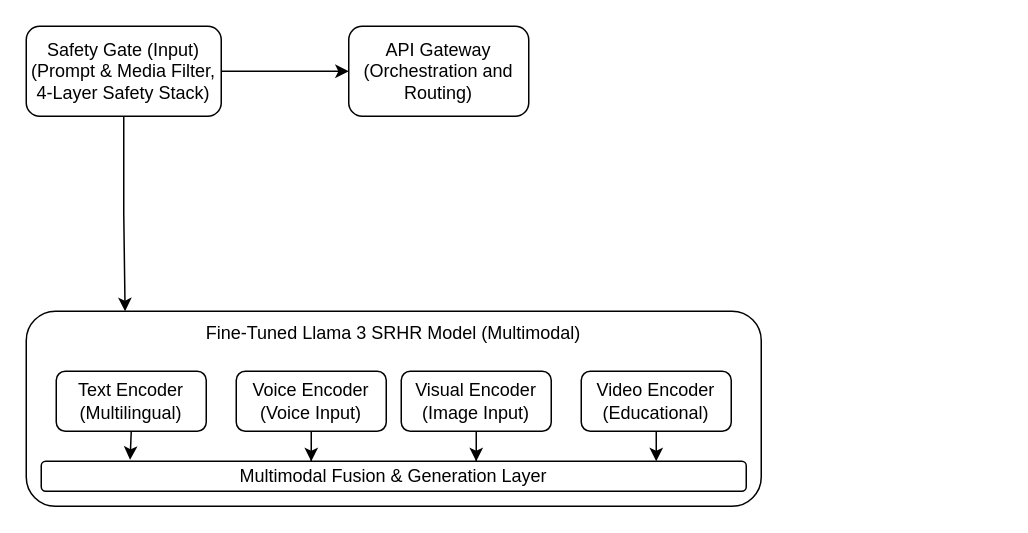
Earlier version of the draw.io diagram Untitled Diagram.drawio (alabyekkubo-ssuubi-brian/Automation-Projects). Source tidied: cells renumbered, new cells numbered last; positions are measured from the earlier drawing's top-left corner, leaving out a move shared by most shapes. Both pictures are drawn from the tidied source at 150%, with x=0, y=0 at pixel (26, 26).
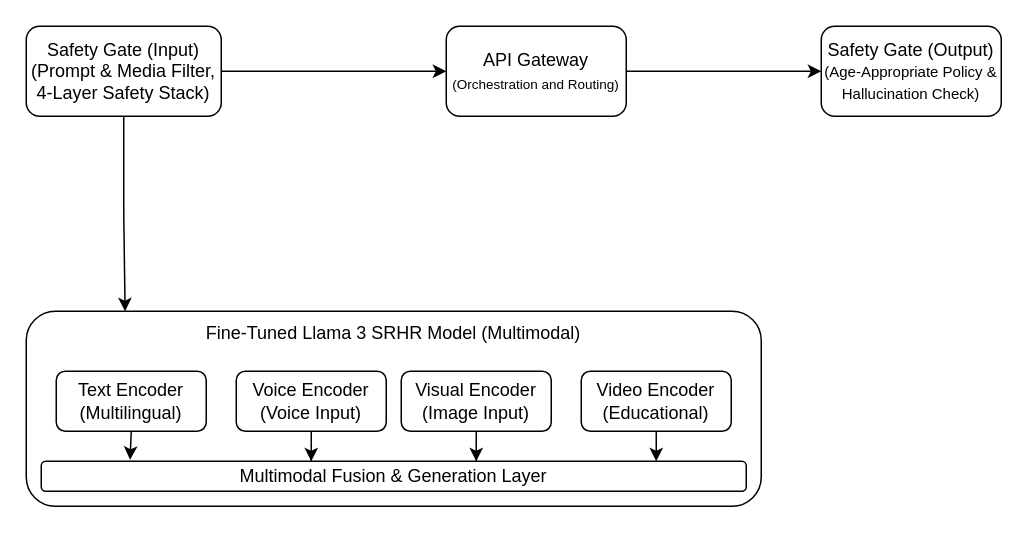
Above is the later version.

Diff of the diagram source:
```diff
@@
 <mxGraphModel>
   <root>
     <mxCell id="0" />
     <mxCell id="1" parent="0" />
     <mxCell id="2" style="rounded=1;whiteSpace=wrap;html=1;" parent="1" vertex="1">
       <mxGeometry y="190" width="490" height="130" as="geometry" />
     </mxCell>
     <mxCell id="3" value="Fine-Tuned Llama 3 SRHR Model (Multimodal)" style="text;html=1;whiteSpace=wrap;strokeColor=none;fillColor=none;align=center;verticalAlign=middle;rounded=0;" parent="1" vertex="1">
       <mxGeometry x="20" y="190" width="450" height="30" as="geometry" />
     </mxCell>
     <mxCell id="4" value="Multimodal Fusion &amp;amp; Generation Layer" style="rounded=1;whiteSpace=wrap;html=1;" parent="1" vertex="1">
       <mxGeometry x="10" y="290" width="470" height="20" as="geometry" />
     </mxCell>
     <mxCell id="5" value="Text Encoder&lt;div&gt;(Multilingual)&lt;/div&gt;" style="rounded=1;whiteSpace=wrap;html=1;" parent="1" vertex="1">
       <mxGeometry x="20" y="230" width="100" height="40" as="geometry" />
     </mxCell>
     <mxCell id="6" style="endArrow=classic;html=1;rounded=0;exitX=0.5;exitY=1;exitDx=0;exitDy=0;entryX=0.126;entryY=-0.05;entryDx=0;entryDy=0;entryPerimeter=0;" parent="1" edge="1" source="5" target="4">
       <mxGeometry relative="1" as="geometry" />
     </mxCell>
     <mxCell id="7" value="Voice Encoder&lt;div&gt;(Voice Input)&lt;/div&gt;" style="rounded=1;whiteSpace=wrap;html=1;" parent="1" vertex="1">
       <mxGeometry x="140" y="230" width="100" height="40" as="geometry" />
     </mxCell>
     <mxCell id="8" value="Visual Encoder&lt;div&gt;(Image Input)&lt;/div&gt;" style="rounded=1;whiteSpace=wrap;html=1;" parent="1" vertex="1">
       <mxGeometry x="250" y="230" width="100" height="40" as="geometry" />
     </mxCell>
     <mxCell id="9" value="Video Encoder&lt;div&gt;(Educational)&lt;/div&gt;" style="rounded=1;whiteSpace=wrap;html=1;" parent="1" vertex="1">
       <mxGeometry x="370" y="230" width="100" height="40" as="geometry" />
     </mxCell>
     <mxCell id="10" style="edgeStyle=orthogonalEdgeStyle;rounded=0;jettySize=auto;html=1;entryX=0.383;entryY=0;entryDx=0;entryDy=0;entryPerimeter=0;" parent="1" edge="1" source="7" target="4">
       <mxGeometry relative="1" as="geometry" />
     </mxCell>
     <mxCell id="11" style="edgeStyle=orthogonalEdgeStyle;rounded=0;jettySize=auto;html=1;entryX=0.617;entryY=0;entryDx=0;entryDy=0;entryPerimeter=0;" parent="1" edge="1" source="8" target="4">
       <mxGeometry relative="1" as="geometry" />
     </mxCell>
     <mxCell id="12" style="edgeStyle=orthogonalEdgeStyle;rounded=0;jettySize=auto;html=1;" parent="1" edge="1" source="9">
       <mxGeometry relative="1" as="geometry">
         <mxPoint x="420" y="290" as="targetPoint" />
       </mxGeometry>
     </mxCell>
     <mxCell id="13" style="edgeStyle=orthogonalEdgeStyle;rounded=0;jettySize=auto;html=1;" parent="1" edge="1" source="14" target="16">
       <mxGeometry relative="1" as="geometry" />
     </mxCell>
     <mxCell id="14" value="Safety Gate (Input)&lt;div&gt;(Prompt &amp;amp; Media Filter,&lt;/div&gt;&lt;div&gt;4-Layer Safety Stack)&lt;/div&gt;" style="rounded=1;whiteSpace=wrap;html=1;" parent="1" vertex="1">
       <mxGeometry width="130" height="60" as="geometry" />
     </mxCell>
     <mxCell id="15" style="edgeStyle=orthogonalEdgeStyle;rounded=0;jettySize=auto;html=1;entryX=0.102;entryY=0;entryDx=0;entryDy=0;entryPerimeter=0;" parent="1" edge="1" source="14" target="3">
       <mxGeometry relative="1" as="geometry" />
     </mxCell>
+    <mxCell id="17" style="edgeStyle=orthogonalEdgeStyle;rounded=0;jettySize=auto;html=1;" parent="1" edge="1" source="16" target="18">
+      <mxGeometry relative="1" as="geometry" />
+    </mxCell>
-    <mxCell id="16" value="API Gateway&lt;div&gt;(Orchestration and Routing)&lt;/div&gt;" style="whiteSpace=wrap;html=1;rounded=1;" parent="1" vertex="1">
-      <mxGeometry x="215" width="120" height="60" as="geometry" />
+    <mxCell id="16" value="API Gateway&lt;div&gt;&lt;font style=&quot;font-size: 9px;&quot;&gt;(Orchestration and Routing)&lt;/font&gt;&lt;/div&gt;" style="whiteSpace=wrap;html=1;rounded=1;" parent="1" vertex="1">
+      <mxGeometry x="280" width="120" height="60" as="geometry" />
     </mxCell>
+    <mxCell id="18" value="Safety Gate (Output)&lt;div&gt;&lt;font style=&quot;font-size: 10px;&quot;&gt;(Age-Appropriate Policy &amp;amp; Hallucination Check)&lt;/font&gt;&lt;/div&gt;" style="whiteSpace=wrap;html=1;rounded=1;" parent="1" vertex="1">
+      <mxGeometry x="530" width="120" height="60" as="geometry" />
+    </mxCell>
   </root>
 </mxGraphModel>
```
